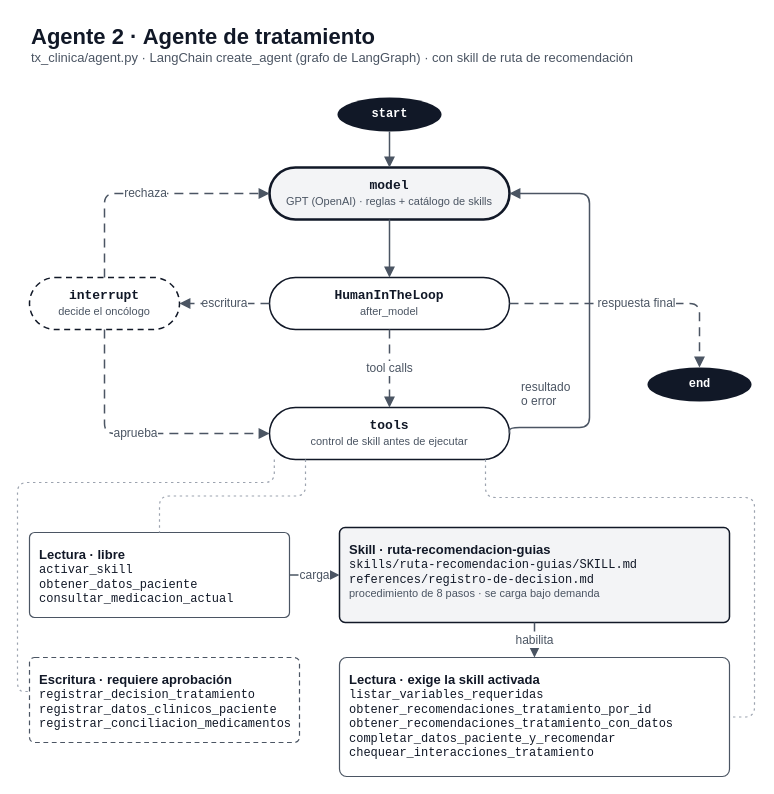
Paulina0209/Proyecto_4 keeps this draw.io diagram as docs/diagramas/agente_2_tratamiento.drawio. Above is the earlier version. Source tidied: cells renumbered, new cells numbered last; positions are measured from the earlier drawing's top-left corner, leaving out a move shared by most shapes. Both pictures are drawn from the tidied source at 100%, with x=0, y=0 at pixel (17, 17).
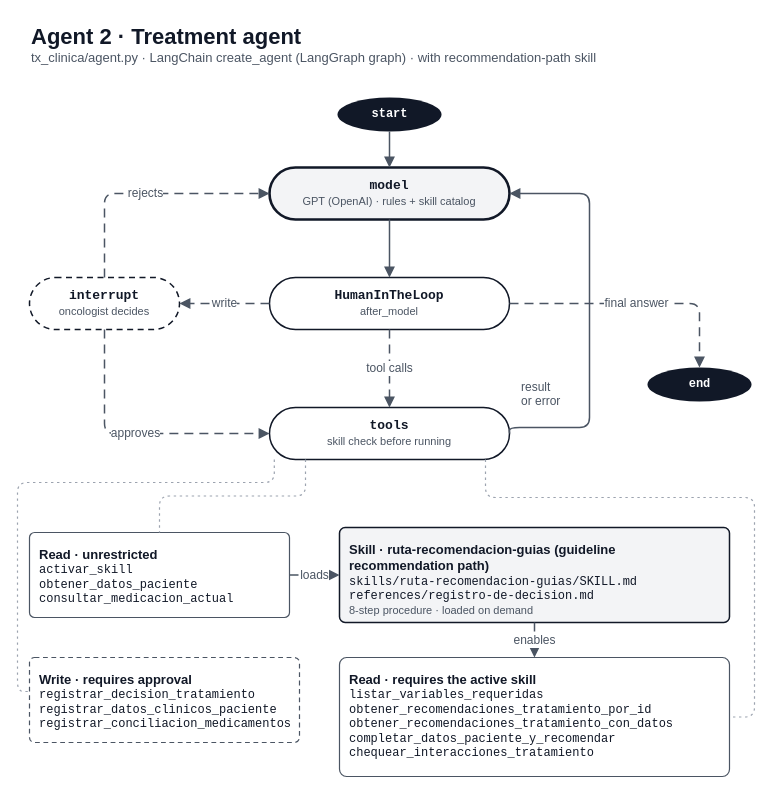
The same page after the edit.

The change refers to these unchanged cells:
```xml
<mxCell id="5" value="&lt;b&gt;HumanInTheLoop&lt;/b&gt;&lt;br&gt;&lt;font style=&quot;font-size:11px&quot; face=&quot;Helvetica&quot; color=&quot;#4B5563&quot;&gt;after_model&lt;/font&gt;" style="rounded=1;arcSize=50;html=1;whiteSpace=wrap;fillColor=#FFFFFF;strokeColor=#111827;strokeWidth=1.5;fontSize=13;fontColor=#111827;fontFamily=Courier New;" parent="1" vertex="1">
  <mxGeometry x="252" y="260" width="240" height="52" as="geometry" />
</mxCell>
<mxCell id="7" value="&lt;b&gt;end&lt;/b&gt;" style="ellipse;shape=ellipse;perimeter=ellipsePerimeter;html=1;fillColor=#111827;strokeColor=none;fontColor=#FFFFFF;fontSize=12;fontFamily=Courier New;" parent="1" vertex="1">
  <mxGeometry x="630" y="350" width="104" height="34" as="geometry" />
</mxCell>
```

What changed in the source:
```diff
@@
-    <mxCell id="2" value="&lt;b style=&quot;font-size:22px&quot;&gt;Agente 2 · Agente de tratamiento&lt;/b&gt;&lt;br&gt;&lt;font style=&quot;font-size:13px&quot; color=&quot;#4B5563&quot;&gt;tx_clinica/agent.py · LangChain create_agent (grafo de LangGraph) · con skill de ruta de recomendación&lt;/font&gt;" style="text;html=1;strokeColor=none;fillColor=none;align=left;verticalAlign=top;fontColor=#111827;" parent="1" vertex="1">
+    <mxCell id="2" value="&lt;b style=&quot;font-size:22px&quot;&gt;Agent 2 · Treatment agent&lt;/b&gt;&lt;br&gt;&lt;font style=&quot;font-size:13px&quot; color=&quot;#4B5563&quot;&gt;tx_clinica/agent.py · LangChain create_agent (LangGraph graph) · with recommendation-path skill&lt;/font&gt;" style="text;html=1;strokeColor=none;fillColor=none;align=left;verticalAlign=top;fontColor=#111827;" parent="1" vertex="1">
       <mxGeometry x="12" width="700" height="56" as="geometry" />
     </mxCell>
@@
-    <mxCell id="4" value="&lt;b&gt;model&lt;/b&gt;&lt;br&gt;&lt;font style=&quot;font-size:11px&quot; face=&quot;Helvetica&quot; color=&quot;#4B5563&quot;&gt;GPT (OpenAI) · reglas + catálogo de skills&lt;/font&gt;" style="rounded=1;arcSize=50;html=1;whiteSpace=wrap;fillColor=#F3F4F6;strokeColor=#111827;strokeWidth=2.6;fontSize=13;fontColor=#111827;fontFamily=Courier New;" parent="1" vertex="1">
+    <mxCell id="4" value="&lt;b&gt;model&lt;/b&gt;&lt;br&gt;&lt;font style=&quot;font-size:11px&quot; face=&quot;Helvetica&quot; color=&quot;#4B5563&quot;&gt;GPT (OpenAI) · rules + skill catalog&lt;/font&gt;" style="rounded=1;arcSize=50;html=1;whiteSpace=wrap;fillColor=#F3F4F6;strokeColor=#111827;strokeWidth=2.6;fontSize=13;fontColor=#111827;fontFamily=Courier New;" parent="1" vertex="1">
       <mxGeometry x="252" y="150" width="240" height="52" as="geometry" />
     </mxCell>
@@
-    <mxCell id="6" value="&lt;b&gt;interrupt&lt;/b&gt;&lt;br&gt;&lt;font style=&quot;font-size:11px&quot; face=&quot;Helvetica&quot; color=&quot;#4B5563&quot;&gt;decide el oncólogo&lt;/font&gt;" style="rounded=1;arcSize=50;html=1;whiteSpace=wrap;fillColor=#FFFFFF;strokeColor=#111827;strokeWidth=1.5;dashed=1;dashPattern=4 3;fontSize=13;fontColor=#111827;fontFamily=Courier New;" parent="1" vertex="1">
+    <mxCell id="6" value="&lt;b&gt;interrupt&lt;/b&gt;&lt;br&gt;&lt;font style=&quot;font-size:11px&quot; face=&quot;Helvetica&quot; color=&quot;#4B5563&quot;&gt;oncologist decides&lt;/font&gt;" style="rounded=1;arcSize=50;html=1;whiteSpace=wrap;fillColor=#FFFFFF;strokeColor=#111827;strokeWidth=1.5;dashed=1;dashPattern=4 3;fontSize=13;fontColor=#111827;fontFamily=Courier New;" parent="1" vertex="1">
       <mxGeometry x="12" y="260" width="150" height="52" as="geometry" />
     </mxCell>
@@
-    <mxCell id="8" value="&lt;b&gt;tools&lt;/b&gt;&lt;br&gt;&lt;font style=&quot;font-size:11px&quot; face=&quot;Helvetica&quot; color=&quot;#4B5563&quot;&gt;control de skill antes de ejecutar&lt;/font&gt;" style="rounded=1;arcSize=50;html=1;whiteSpace=wrap;fillColor=#FFFFFF;strokeColor=#111827;strokeWidth=1.5;fontSize=13;fontColor=#111827;fontFamily=Courier New;" parent="1" vertex="1">
+    <mxCell id="8" value="&lt;b&gt;tools&lt;/b&gt;&lt;br&gt;&lt;font style=&quot;font-size:11px&quot; face=&quot;Helvetica&quot; color=&quot;#4B5563&quot;&gt;skill check before running&lt;/font&gt;" style="rounded=1;arcSize=50;html=1;whiteSpace=wrap;fillColor=#FFFFFF;strokeColor=#111827;strokeWidth=1.5;fontSize=13;fontColor=#111827;fontFamily=Courier New;" parent="1" vertex="1">
       <mxGeometry x="252" y="390" width="240" height="52" as="geometry" />
     </mxCell>
@@
-    <mxCell id="12" value="respuesta final" style="edgeStyle=orthogonalEdgeStyle;rounded=1;html=1;strokeColor=#4B5563;strokeWidth=1.5;endArrow=block;endFill=1;endSize=7;fontSize=12;fontColor=#4B5563;labelBackgroundColor=#FFFFFF;dashed=1;dashPattern=6 4;jumpStyle=arc;jumpSize=10;exitX=1;exitY=0.5;entryX=0.5;entryY=0;" parent="1" edge="1" source="5" target="7">
+    <mxCell id="12" value="final answer" style="edgeStyle=orthogonalEdgeStyle;rounded=1;html=1;strokeColor=#4B5563;strokeWidth=1.5;endArrow=block;endFill=1;endSize=7;fontSize=12;fontColor=#4B5563;labelBackgroundColor=#FFFFFF;dashed=1;dashPattern=6 4;jumpStyle=arc;jumpSize=10;exitX=1;exitY=0.5;entryX=0.5;entryY=0;" parent="1" edge="1" source="5" target="7">
       <mxGeometry relative="1" as="geometry" />
     </mxCell>
-    <mxCell id="13" value="escritura" style="edgeStyle=orthogonalEdgeStyle;rounded=1;html=1;strokeColor=#4B5563;strokeWidth=1.5;endArrow=block;endFill=1;endSize=7;fontSize=12;fontColor=#4B5563;labelBackgroundColor=#FFFFFF;dashed=1;dashPattern=6 4;exitX=0;exitY=0.5;entryX=1;entryY=0.5;" parent="1" edge="1" source="5" target="6">
+    <mxCell id="13" value="write" style="edgeStyle=orthogonalEdgeStyle;rounded=1;html=1;strokeColor=#4B5563;strokeWidth=1.5;endArrow=block;endFill=1;endSize=7;fontSize=12;fontColor=#4B5563;labelBackgroundColor=#FFFFFF;dashed=1;dashPattern=6 4;exitX=0;exitY=0.5;entryX=1;entryY=0.5;" parent="1" edge="1" source="5" target="6">
       <mxGeometry relative="1" as="geometry" />
     </mxCell>
-    <mxCell id="14" value="aprueba" style="edgeStyle=orthogonalEdgeStyle;rounded=1;html=1;strokeColor=#4B5563;strokeWidth=1.5;endArrow=block;endFill=1;endSize=7;fontSize=12;fontColor=#4B5563;labelBackgroundColor=#FFFFFF;dashed=1;dashPattern=6 4;exitX=0.5;exitY=1;entryX=0;entryY=0.5;" parent="1" edge="1" source="6" target="8">
+    <mxCell id="14" value="approves" style="edgeStyle=orthogonalEdgeStyle;rounded=1;html=1;strokeColor=#4B5563;strokeWidth=1.5;endArrow=block;endFill=1;endSize=7;fontSize=12;fontColor=#4B5563;labelBackgroundColor=#FFFFFF;dashed=1;dashPattern=6 4;exitX=0.5;exitY=1;entryX=0;entryY=0.5;" parent="1" edge="1" source="6" target="8">
       <mxGeometry relative="1" as="geometry" />
     </mxCell>
-    <mxCell id="15" value="rechaza" style="edgeStyle=orthogonalEdgeStyle;rounded=1;html=1;strokeColor=#4B5563;strokeWidth=1.5;endArrow=block;endFill=1;endSize=7;fontSize=12;fontColor=#4B5563;labelBackgroundColor=#FFFFFF;dashed=1;dashPattern=6 4;exitX=0.5;exitY=0;entryX=0;entryY=0.5;" parent="1" edge="1" source="6" target="4">
+    <mxCell id="15" value="rejects" style="edgeStyle=orthogonalEdgeStyle;rounded=1;html=1;strokeColor=#4B5563;strokeWidth=1.5;endArrow=block;endFill=1;endSize=7;fontSize=12;fontColor=#4B5563;labelBackgroundColor=#FFFFFF;dashed=1;dashPattern=6 4;exitX=0.5;exitY=0;entryX=0;entryY=0.5;" parent="1" edge="1" source="6" target="4">
       <mxGeometry relative="1" as="geometry" />
     </mxCell>
@@
-    <mxCell id="17" value="&lt;font color=&quot;#4B5563&quot;&gt;resultado&lt;br&gt;o error&lt;/font&gt;" style="text;html=1;strokeColor=none;fillColor=none;align=left;fontSize=12;" parent="1" vertex="1">
+    <mxCell id="17" value="&lt;font color=&quot;#4B5563&quot;&gt;result&lt;br&gt;or error&lt;/font&gt;" style="text;html=1;strokeColor=none;fillColor=none;align=left;fontSize=12;" parent="1" vertex="1">
       <mxGeometry x="502" y="356" width="70" height="34" as="geometry" />
     </mxCell>
-    <mxCell id="18" value="&lt;b style=&quot;font-family:Helvetica;font-size:13px&quot;&gt;Lectura · libre&lt;/b&gt;&lt;br&gt;activar_skill&lt;br&gt;obtener_datos_paciente&lt;br&gt;consultar_medicacion_actual" style="rounded=1;arcSize=6;html=1;whiteSpace=wrap;fillColor=#FFFFFF;strokeColor=#4B5563;strokeWidth=1.2;align=left;verticalAlign=top;spacing=10;fontColor=#111827;fontSize=12;fontFamily=Courier New;" parent="1" vertex="1">
+    <mxCell id="18" value="&lt;b style=&quot;font-family:Helvetica;font-size:13px&quot;&gt;Read · unrestricted&lt;/b&gt;&lt;br&gt;activar_skill&lt;br&gt;obtener_datos_paciente&lt;br&gt;consultar_medicacion_actual" style="rounded=1;arcSize=6;html=1;whiteSpace=wrap;fillColor=#FFFFFF;strokeColor=#4B5563;strokeWidth=1.2;align=left;verticalAlign=top;spacing=10;fontColor=#111827;fontSize=12;fontFamily=Courier New;" parent="1" vertex="1">
       <mxGeometry x="12" y="515" width="260" height="85" as="geometry" />
     </mxCell>
-    <mxCell id="19" value="&lt;b style=&quot;font-family:Helvetica;font-size:13px&quot;&gt;Lectura · exige la skill activada&lt;/b&gt;&lt;br&gt;listar_variables_requeridas&lt;br&gt;obtener_recomendaciones_tratamiento_por_id&lt;br&gt;obtener_recomendaciones_tratamiento_con_datos&lt;br&gt;completar_datos_paciente_y_recomendar&lt;br&gt;chequear_interacciones_tratamiento" style="rounded=1;arcSize=6;html=1;whiteSpace=wrap;fillColor=#FFFFFF;strokeColor=#4B5563;strokeWidth=1.2;align=left;verticalAlign=top;spacing=10;fontColor=#111827;fontSize=12;fontFamily=Courier New;" parent="1" vertex="1">
+    <mxCell id="19" value="&lt;b style=&quot;font-family:Helvetica;font-size:13px&quot;&gt;Read · requires the active skill&lt;/b&gt;&lt;br&gt;listar_variables_requeridas&lt;br&gt;obtener_recomendaciones_tratamiento_por_id&lt;br&gt;obtener_recomendaciones_tratamiento_con_datos&lt;br&gt;completar_datos_paciente_y_recomendar&lt;br&gt;chequear_interacciones_tratamiento" style="rounded=1;arcSize=6;html=1;whiteSpace=wrap;fillColor=#FFFFFF;strokeColor=#4B5563;strokeWidth=1.2;align=left;verticalAlign=top;spacing=10;fontColor=#111827;fontSize=12;fontFamily=Courier New;" parent="1" vertex="1">
       <mxGeometry x="322" y="640" width="390" height="119" as="geometry" />
     </mxCell>
-    <mxCell id="20" value="&lt;b style=&quot;font-family:Helvetica;font-size:13px&quot;&gt;Escritura · requiere aprobación&lt;/b&gt;&lt;br&gt;registrar_decision_tratamiento&lt;br&gt;registrar_datos_clinicos_paciente&lt;br&gt;registrar_conciliacion_medicamentos" style="rounded=1;arcSize=6;html=1;whiteSpace=wrap;fillColor=#FFFFFF;strokeColor=#4B5563;strokeWidth=1.2;align=left;verticalAlign=top;spacing=10;fontColor=#111827;fontSize=12;fontFamily=Courier New;dashed=1;dashPattern=4 3;" parent="1" vertex="1">
+    <mxCell id="20" value="&lt;b style=&quot;font-family:Helvetica;font-size:13px&quot;&gt;Write · requires approval&lt;/b&gt;&lt;br&gt;registrar_decision_tratamiento&lt;br&gt;registrar_datos_clinicos_paciente&lt;br&gt;registrar_conciliacion_medicamentos" style="rounded=1;arcSize=6;html=1;whiteSpace=wrap;fillColor=#FFFFFF;strokeColor=#4B5563;strokeWidth=1.2;align=left;verticalAlign=top;spacing=10;fontColor=#111827;fontSize=12;fontFamily=Courier New;dashed=1;dashPattern=4 3;" parent="1" vertex="1">
       <mxGeometry x="12" y="640" width="270" height="85" as="geometry" />
     </mxCell>
-    <mxCell id="21" value="&lt;b style=&quot;font-family:Helvetica;font-size:13px&quot;&gt;Skill · ruta-recomendacion-guias&lt;/b&gt;&lt;br&gt;skills/ruta-recomendacion-guias/SKILL.md&lt;br&gt;references/registro-de-decision.md&lt;br&gt;&lt;font face=&quot;Helvetica&quot; style=&quot;font-size:11px&quot; color=&quot;#4B5563&quot;&gt;procedimiento de 8 pasos · se carga bajo demanda&lt;/font&gt;" style="rounded=1;arcSize=6;html=1;whiteSpace=wrap;fillColor=#F3F4F6;strokeColor=#111827;strokeWidth=1.5;align=left;verticalAlign=top;spacing=10;fontColor=#111827;fontSize=12;fontFamily=Courier New;" parent="1" vertex="1">
+    <mxCell id="21" value="&lt;b style=&quot;font-family:Helvetica;font-size:13px&quot;&gt;Skill · ruta-recomendacion-guias (guideline recommendation path)&lt;/b&gt;&lt;br&gt;skills/ruta-recomendacion-guias/SKILL.md&lt;br&gt;references/registro-de-decision.md&lt;br&gt;&lt;font face=&quot;Helvetica&quot; style=&quot;font-size:11px&quot; color=&quot;#4B5563&quot;&gt;8-step procedure · loaded on demand&lt;/font&gt;" style="rounded=1;arcSize=6;html=1;whiteSpace=wrap;fillColor=#F3F4F6;strokeColor=#111827;strokeWidth=1.5;align=left;verticalAlign=top;spacing=10;fontColor=#111827;fontSize=12;fontFamily=Courier New;" parent="1" vertex="1">
       <mxGeometry x="322" y="510" width="390" height="95" as="geometry" />
     </mxCell>
@@
-    <mxCell id="25" value="carga" style="edgeStyle=orthogonalEdgeStyle;rounded=1;html=1;strokeColor=#4B5563;strokeWidth=1.5;endArrow=block;endFill=1;endSize=7;fontSize=12;fontColor=#4B5563;labelBackgroundColor=#FFFFFF;dashed=1;dashPattern=6 4;exitX=1;exitY=0.5;entryX=0;entryY=0.5;" parent="1" edge="1" source="18" target="21">
+    <mxCell id="25" value="loads" style="edgeStyle=orthogonalEdgeStyle;rounded=1;html=1;strokeColor=#4B5563;strokeWidth=1.5;endArrow=block;endFill=1;endSize=7;fontSize=12;fontColor=#4B5563;labelBackgroundColor=#FFFFFF;dashed=1;dashPattern=6 4;exitX=1;exitY=0.5;entryX=0;entryY=0.5;" parent="1" edge="1" source="18" target="21">
       <mxGeometry relative="1" as="geometry" />
     </mxCell>
-    <mxCell id="26" value="habilita" style="edgeStyle=orthogonalEdgeStyle;rounded=1;html=1;strokeColor=#4B5563;strokeWidth=1.5;endArrow=block;endFill=1;endSize=7;fontSize=12;fontColor=#4B5563;labelBackgroundColor=#FFFFFF;dashed=1;dashPattern=6 4;exitX=0.5;exitY=1;entryX=0.5;entryY=0;" parent="1" edge="1" source="21" target="19">
+    <mxCell id="26" value="enables" style="edgeStyle=orthogonalEdgeStyle;rounded=1;html=1;strokeColor=#4B5563;strokeWidth=1.5;endArrow=block;endFill=1;endSize=7;fontSize=12;fontColor=#4B5563;labelBackgroundColor=#FFFFFF;dashed=1;dashPattern=6 4;exitX=0.5;exitY=1;entryX=0.5;entryY=0;" parent="1" edge="1" source="21" target="19">
       <mxGeometry relative="1" as="geometry" />
     </mxCell>
```
